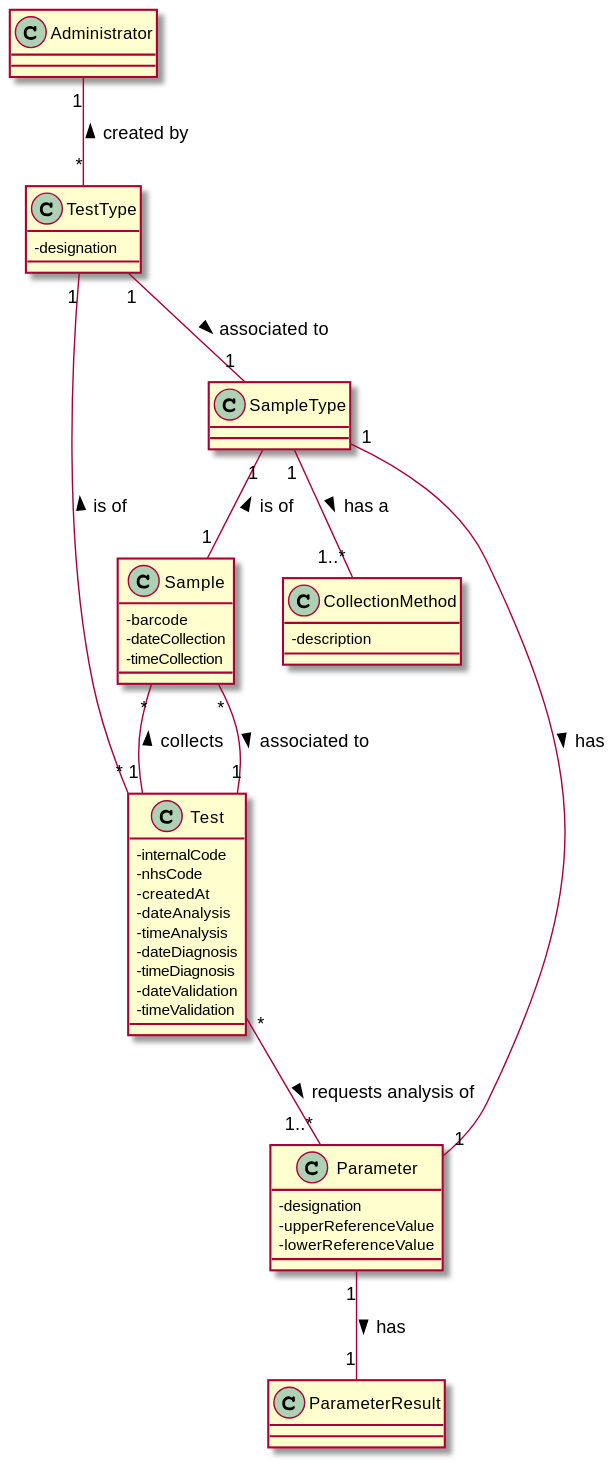
Above: docs/SprintB/US9/US9_DM.svg in MadDinosaur/ISEP-LAPR2 (PlantUML), before the change.
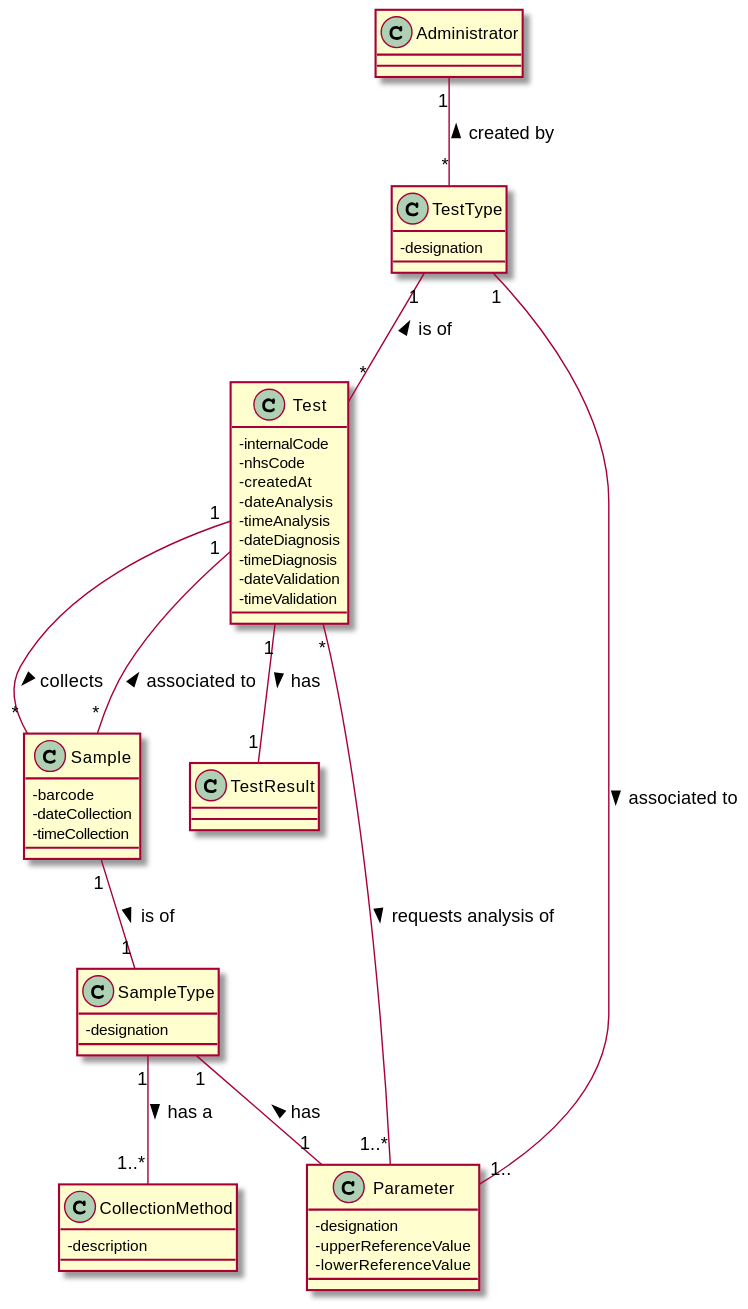
Above is the later version.

Commit message:
Updated the domain model excerpt.

Change to the diagram source:
```diff
@@ -17,7 +17,7 @@
 -dateValidation
 -timeValidation
 }
-class ParameterResult
+class TestResult
 class TestType {
 -designation
 }
@@ -26,7 +26,9 @@
 -dateCollection
 -timeCollection
 }
-class SampleType
+class SampleType {
+-designation
+}
 class Parameter {
 -designation
 -upperReferenceValue
@@ -34,13 +36,13 @@
 }
 
 Sample "*"--"1" Test : associated to >
-SampleType "1"--"1" Sample  : is of <
+SampleType "1"-up-"1" Sample  : is of <
 Test "*"-down-"1..*" Parameter : requests analysis of >
-Test "*"-down-"1" TestType : is of >
+Test "*"-up-"1" TestType : is of >
 Test "1"-down-"*" Sample : collects >
 TestType "*"-up-"1" Administrator : created by >
 SampleType "1"--"1..*" CollectionMethod : has a >
-SampleType "1"-up-"1" TestType  : associated to <
-SampleType "1"-down-"1" Parameter : has >
-Parameter "1"-down-"1" ParameterResult : has >
+Parameter "1.."-up-"1" TestType  : associated to <
+SampleType "1"-down-"1" Parameter : has <
+Test "1"-down-"1" TestResult : has >
 @enduml
```
